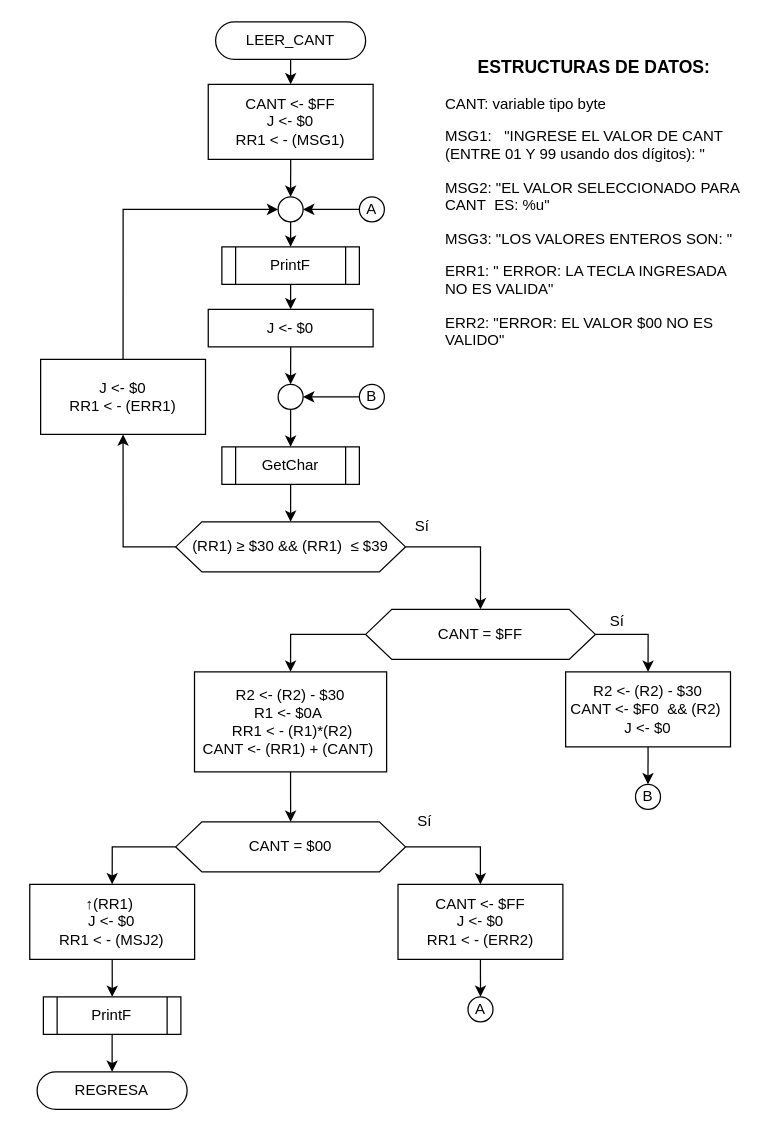
Above: Tareas/T3/Diagramas/draw.io/LEER_CANT.drawio in moisotico/Microprocesadores (draw.io), before the change. Source tidied: cells renumbered, new cells numbered last; positions are measured from the earlier drawing's top-left corner, leaving out a move shared by most shapes. Both pictures are drawn from the tidied source at 125%, with x=0, y=0 at pixel (29, 21).
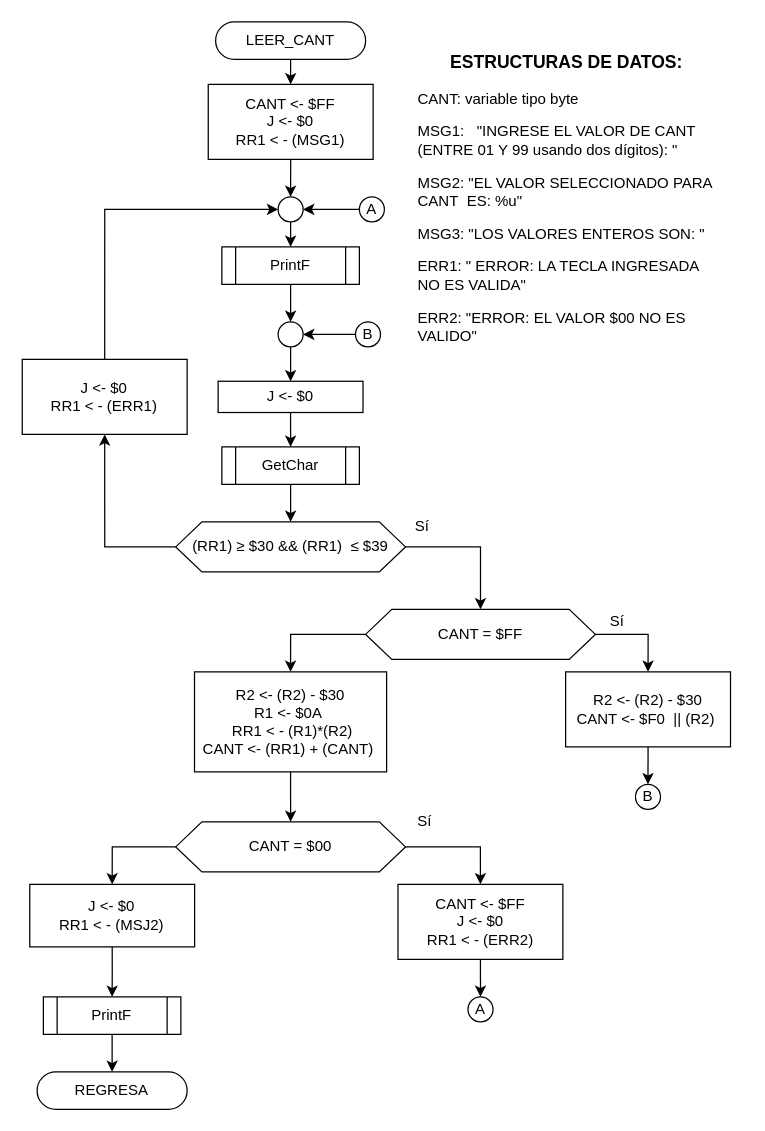
After the change.

The change refers to these unchanged cells:
```xml
<mxCell id="7" value="GetChar" style="shape=process;whiteSpace=wrap;html=1;backgroundOutline=1;" parent="1" vertex="1">
  <mxGeometry x="154" y="340" width="110" height="30" as="geometry" />
</mxCell>
<mxCell id="10" value="PrintF" style="shape=process;whiteSpace=wrap;html=1;backgroundOutline=1;" parent="1" vertex="1">
  <mxGeometry x="154" y="180" width="110" height="30" as="geometry" />
</mxCell>
```

Diff of the diagram source:
```diff
@@
-    <mxCell id="8" value="&lt;h3 style=&quot;text-align: center&quot;&gt;ESTRUCTURAS DE DATOS:&lt;/h3&gt;&lt;p&gt;CANT: variable tipo byte&lt;/p&gt;&lt;p&gt;MSG1:&amp;nbsp; &amp;nbsp;&quot;INGRESE EL VALOR DE CANT (ENTRE 01 Y 99 usando dos dígitos): &quot;&lt;/p&gt;&lt;p&gt;MSG2: &quot;EL VALOR SELECCIONADO PARA CANT&amp;nbsp; ES: %u&quot;&lt;/p&gt;&lt;p&gt;MSG3: &quot;LOS VALORES ENTEROS SON: &quot;&lt;/p&gt;&lt;p&gt;ERR1: &quot; ERROR: LA TECLA INGRESADA NO ES VALIDA&quot;&lt;/p&gt;&lt;p&gt;ERR2: &quot;ERROR: EL VALOR $00 NO ES VALIDO&quot;&lt;/p&gt;&lt;p&gt;&lt;br&gt;&lt;/p&gt;&lt;p&gt;&lt;br&gt;&lt;/p&gt;" style="text;html=1;strokeColor=none;fillColor=none;align=left;verticalAlign=middle;whiteSpace=wrap;rounded=0;" parent="1" vertex="1">
-      <mxGeometry x="330.9" y="100" width="240" height="140" as="geometry" />
+    <mxCell id="8" value="&lt;h3 style=&quot;text-align: center&quot;&gt;ESTRUCTURAS DE DATOS:&lt;/h3&gt;&lt;p&gt;CANT: variable tipo byte&lt;/p&gt;&lt;p&gt;MSG1:&amp;nbsp; &amp;nbsp;&quot;INGRESE EL VALOR DE CANT (ENTRE 01 Y 99 usando dos dígitos): &quot;&lt;/p&gt;&lt;p&gt;MSG2: &quot;EL VALOR SELECCIONADO PARA CANT&amp;nbsp; ES: %u&quot;&lt;/p&gt;&lt;p&gt;MSG3: &quot;LOS VALORES ENTEROS SON: &quot;&lt;/p&gt;&lt;p&gt;ERR1: &quot; ERROR: LA TECLA INGRESADA NO ES VALIDA&quot;&lt;/p&gt;&lt;p&gt;ERR2: &quot;ERROR: EL VALOR $00 NO ES VALIDO&quot;&lt;/p&gt;" style="text;html=1;strokeColor=none;fillColor=none;align=left;verticalAlign=middle;whiteSpace=wrap;rounded=0;" parent="1" vertex="1">
+      <mxGeometry x="309" y="10" width="240" height="260" as="geometry" />
     </mxCell>
-    <mxCell id="9" style="edgeStyle=orthogonalEdgeStyle;rounded=0;jettySize=auto;html=1;exitX=0.5;exitY=1;exitDx=0;exitDy=0;entryX=0.5;entryY=0;entryDx=0;entryDy=0;" parent="1" edge="1" source="10" target="15">
-      <mxGeometry relative="1" as="geometry" />
-    </mxCell>
+    <mxCell id="48" style="edgeStyle=orthogonalEdgeStyle;rounded=0;jettySize=auto;html=1;exitX=0.5;exitY=1;exitDx=0;exitDy=0;entryX=0.5;entryY=0;entryDx=0;entryDy=0;" parent="1" edge="1" source="10" target="17">
+      <mxGeometry relative="1" as="geometry" />
+    </mxCell>
@@
-    <mxCell id="14" style="edgeStyle=orthogonalEdgeStyle;rounded=0;jettySize=auto;html=1;exitX=0.5;exitY=1;exitDx=0;exitDy=0;entryX=0.5;entryY=0;entryDx=0;entryDy=0;" parent="1" edge="1" source="15" target="17">
-      <mxGeometry relative="1" as="geometry" />
-    </mxCell>
+    <mxCell id="49" style="edgeStyle=orthogonalEdgeStyle;rounded=0;jettySize=auto;html=1;exitX=0.5;exitY=1;exitDx=0;exitDy=0;entryX=0.5;entryY=0;entryDx=0;entryDy=0;" parent="1" edge="1" source="15" target="7">
+      <mxGeometry relative="1" as="geometry" />
+    </mxCell>
     <mxCell id="15" value="J &amp;lt;- $0" style="rounded=0;whiteSpace=wrap;html=1;" parent="1" vertex="1">
-      <mxGeometry x="143.1" y="230" width="131.9" height="30" as="geometry" />
+      <mxGeometry x="151" y="287.5" width="115.9" height="25" as="geometry" />
     </mxCell>
-    <mxCell id="16" style="edgeStyle=orthogonalEdgeStyle;rounded=0;jettySize=auto;html=1;exitX=0.5;exitY=1;exitDx=0;exitDy=0;" parent="1" edge="1" source="17" target="7">
-      <mxGeometry relative="1" as="geometry" />
-    </mxCell>
+    <mxCell id="50" style="edgeStyle=orthogonalEdgeStyle;rounded=0;jettySize=auto;html=1;exitX=0.5;exitY=1;exitDx=0;exitDy=0;" parent="1" edge="1" source="17" target="15">
+      <mxGeometry relative="1" as="geometry" />
+    </mxCell>
     <mxCell id="17" style="ellipse;whiteSpace=wrap;html=1;" parent="1" vertex="1">
-      <mxGeometry x="199" y="290" width="20" height="20" as="geometry" />
+      <mxGeometry x="199" y="240" width="20" height="20" as="geometry" />
     </mxCell>
@@
-    <mxCell id="19" value="R2 &amp;lt;- (R2) - $30&lt;br&gt;CANT &amp;lt;- $F0&amp;nbsp; &amp;amp;&amp;amp; (R2)&amp;nbsp;&lt;br&gt;J &amp;lt;- $0" style="rounded=0;whiteSpace=wrap;html=1;" parent="1" vertex="1">
+    <mxCell id="19" value="R2 &amp;lt;- (R2) - $30&lt;br&gt;CANT &amp;lt;- $F0&amp;nbsp; || (R2)&amp;nbsp;" style="rounded=0;whiteSpace=wrap;html=1;" parent="1" vertex="1">
       <mxGeometry x="429" y="520" width="131.9" height="60" as="geometry" />
     </mxCell>
@@
     <mxCell id="24" value="B" style="ellipse;whiteSpace=wrap;html=1;" parent="1" vertex="1">
-      <mxGeometry x="264" y="290" width="20" height="20" as="geometry" />
+      <mxGeometry x="260.9" y="240" width="20" height="20" as="geometry" />
     </mxCell>
@@
     <mxCell id="32" value="J &amp;lt;- $0&lt;br&gt;RR1 &amp;lt; - (ERR1)" style="rounded=0;whiteSpace=wrap;html=1;" parent="1" vertex="1">
-      <mxGeometry x="9" y="270" width="131.9" height="60" as="geometry" />
+      <mxGeometry x="-5.7" y="270" width="131.9" height="60" as="geometry" />
     </mxCell>
@@
-    <mxCell id="44" value="↑(RR1)&amp;nbsp;&lt;br&gt;J &amp;lt;- $0&lt;br&gt;RR1 &amp;lt; - (MSJ2)" style="rounded=0;whiteSpace=wrap;html=1;" parent="1" vertex="1">
-      <mxGeometry x="0.3" y="690" width="131.9" height="60" as="geometry" />
+    <mxCell id="44" value="J &amp;lt;- $0&lt;br&gt;RR1 &amp;lt; - (MSJ2)" style="rounded=0;whiteSpace=wrap;html=1;" parent="1" vertex="1">
+      <mxGeometry x="0.3" y="690" width="131.9" height="50" as="geometry" />
     </mxCell>
```
